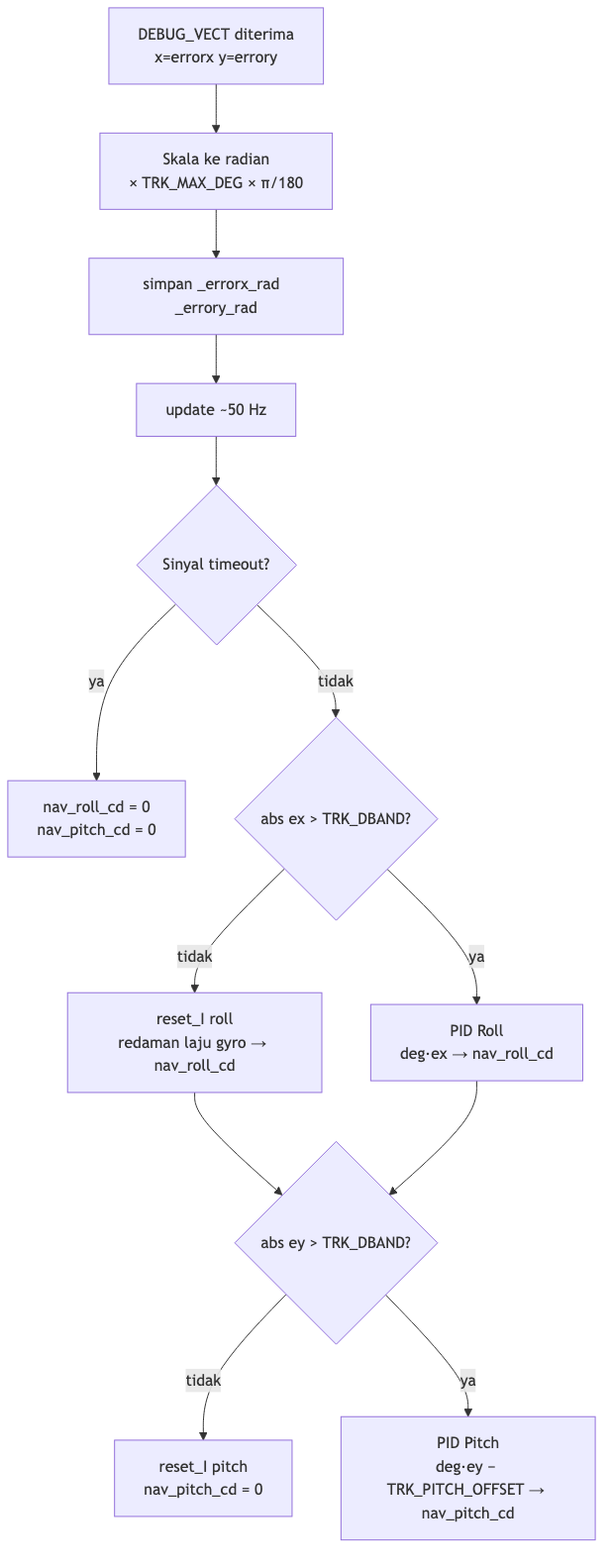
musaelhanafi/drone-seeker keeps this Mermaid diagram as docs/chart_02_pid_flow.png. Above is the earlier version. Its source is kept beside it as docs/chart_02_pid_flow.mmd. The source it was exported from:
```mermaid
flowchart TD
    DV[DEBUG_VECT diterima\nx=errorx  y=errory] --> SCALE[Skala ke radian\n× TRK_MAX_DEG × π/180]
    SCALE --> STORE[simpan _errorx_rad  _errory_rad]

    STORE --> UPD[update ~50 Hz]
    UPD --> TO{Sinyal timeout?}

    TO -- ya --> ZERO[nav_roll_cd = 0\nnav_pitch_cd = 0]

    TO -- tidak --> DB1{abs ex > TRK_DBAND?}
    DB1 -- tidak --> RI1[reset_I roll\nredaman laju gyro → nav_roll_cd]
    DB1 -- ya    --> RP[PID Roll\ndeg·ex → nav_roll_cd]

    RI1 --> DB2
    RP  --> DB2

    DB2{abs ey > TRK_DBAND?}
    DB2 -- tidak --> RI2[reset_I pitch\nnav_pitch_cd = 0]
    DB2 -- ya    --> PP[PID Pitch\ndeg·ey − TRK_PITCH_OFFSET → nav_pitch_cd]
```
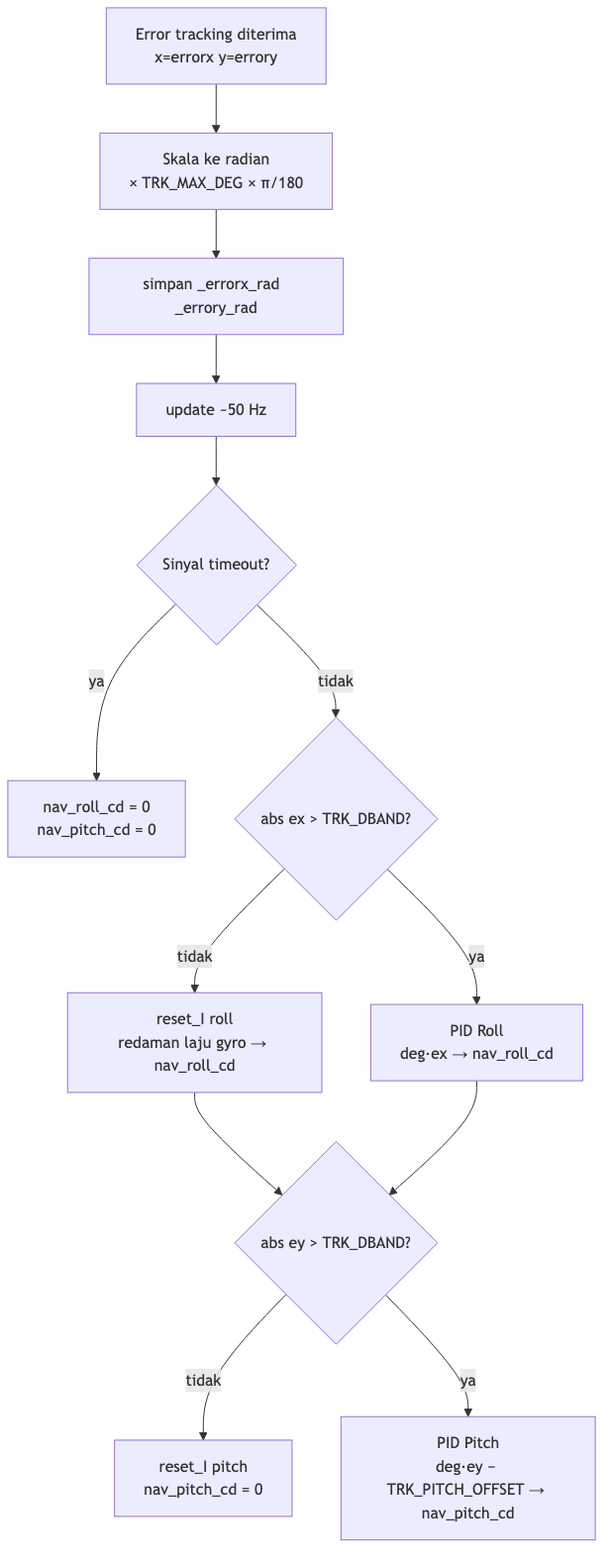
After the commit.

What changed in the source:
```diff
@@ -1,5 +1,5 @@
 flowchart TD
-    DV[DEBUG_VECT diterima\nx=errorx  y=errory] --> SCALE[Skala ke radian\n× TRK_MAX_DEG × π/180]
+    DV[Error tracking diterima\nx=errorx  y=errory] --> SCALE[Skala ke radian\n× TRK_MAX_DEG × π/180]
     SCALE --> STORE[simpan _errorx_rad  _errory_rad]
 
     STORE --> UPD[update ~50 Hz]
```
